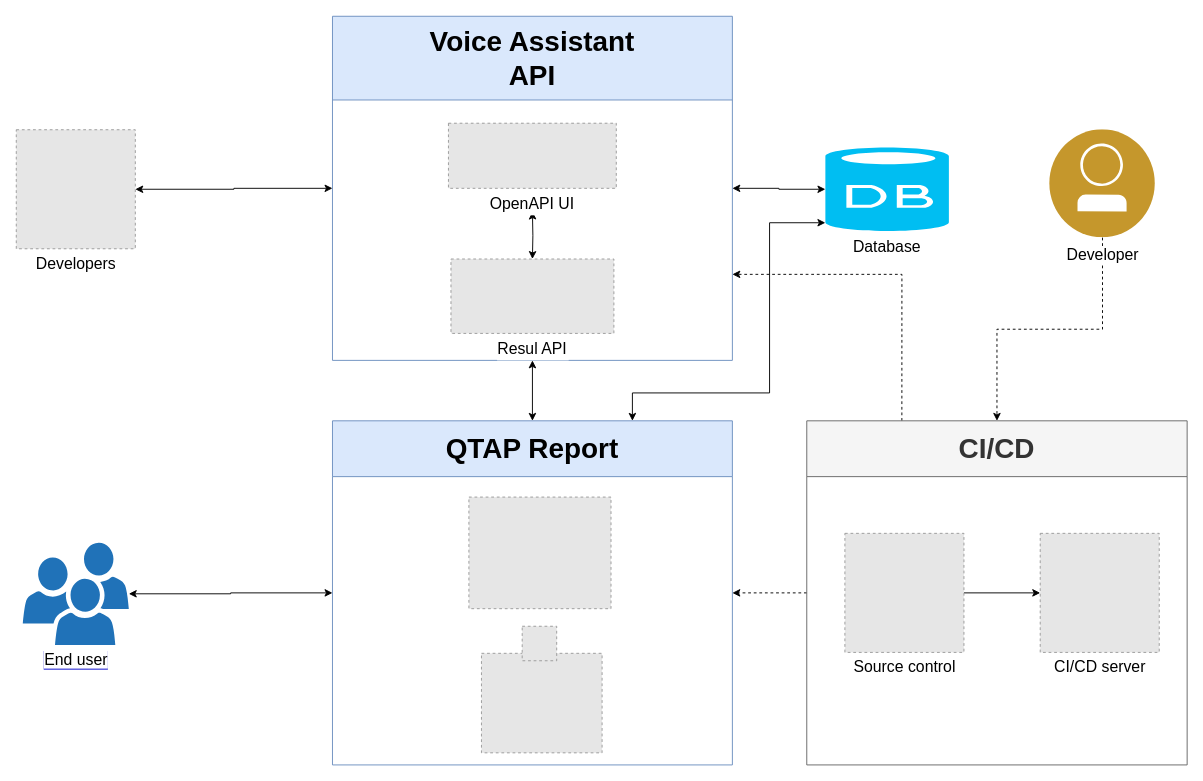
Earlier version of the draw.io diagram VoiceAssistant.drawio (JunXianWu/EllisoWeb). Source tidied: cells renumbered, new cells numbered last; positions are measured from the earlier drawing's top-left corner, leaving out a move shared by most shapes. Both pictures are drawn from the tidied source at 93%, with x=0, y=0 at pixel (16, 16). Pictures stored in the file or linked from it are replaced by grey dashed boxes.
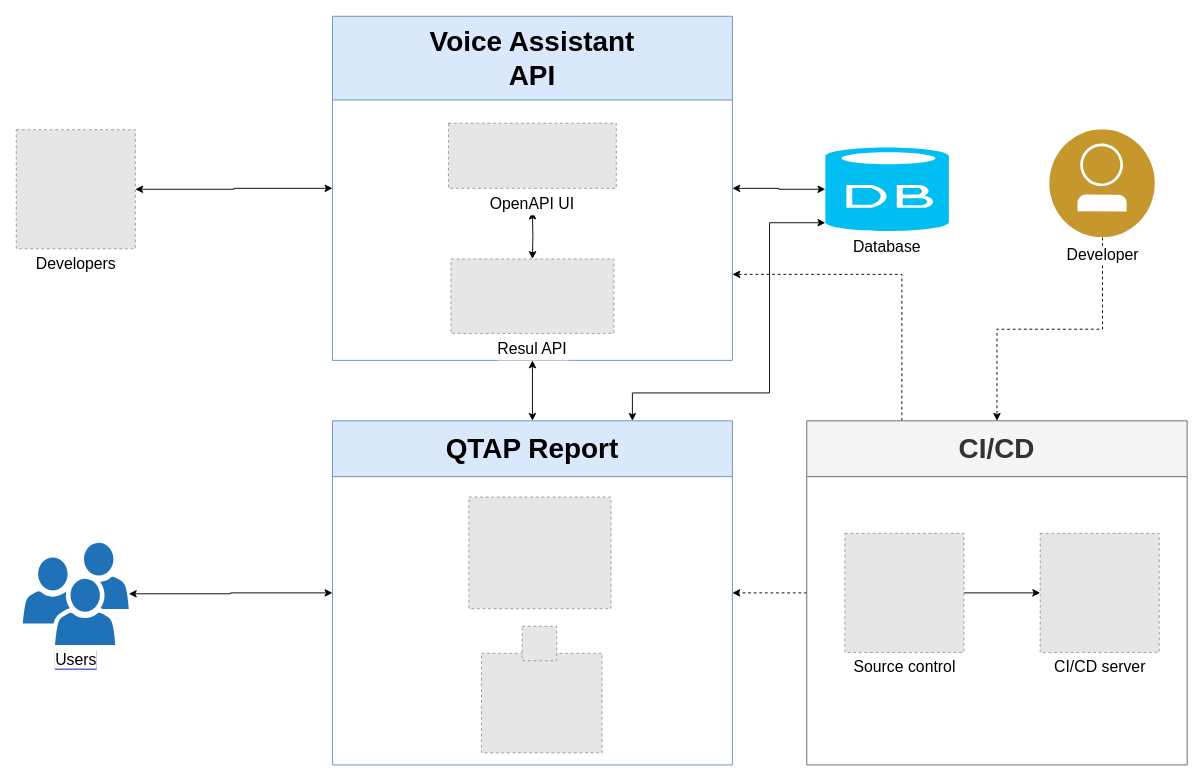
The same page after the edit.

What changed in the source:
```diff
@@
-    <mxCell id="22" value="&lt;span style=&quot;background-color: rgb(255 , 255 , 255)&quot;&gt;End user&lt;/span&gt;" style="shadow=0;dashed=0;html=1;strokeColor=none;labelPosition=center;verticalLabelPosition=bottom;verticalAlign=top;outlineConnect=0;align=center;shape=mxgraph.office.users.users;fillColor=#2072B8;labelBackgroundColor=#0000CC;fontSize=17;" parent="1" vertex="1">
+    <mxCell id="22" value="&lt;span style=&quot;background-color: rgb(255 , 255 , 255)&quot;&gt;Users&lt;/span&gt;" style="shadow=0;dashed=0;html=1;strokeColor=none;labelPosition=center;verticalLabelPosition=bottom;verticalAlign=top;outlineConnect=0;align=center;shape=mxgraph.office.users.users;fillColor=#2072B8;labelBackgroundColor=#0000CC;fontSize=17;" parent="1" vertex="1">
       <mxGeometry x="7" y="566" width="114" height="110" as="geometry" />
     </mxCell>
```
